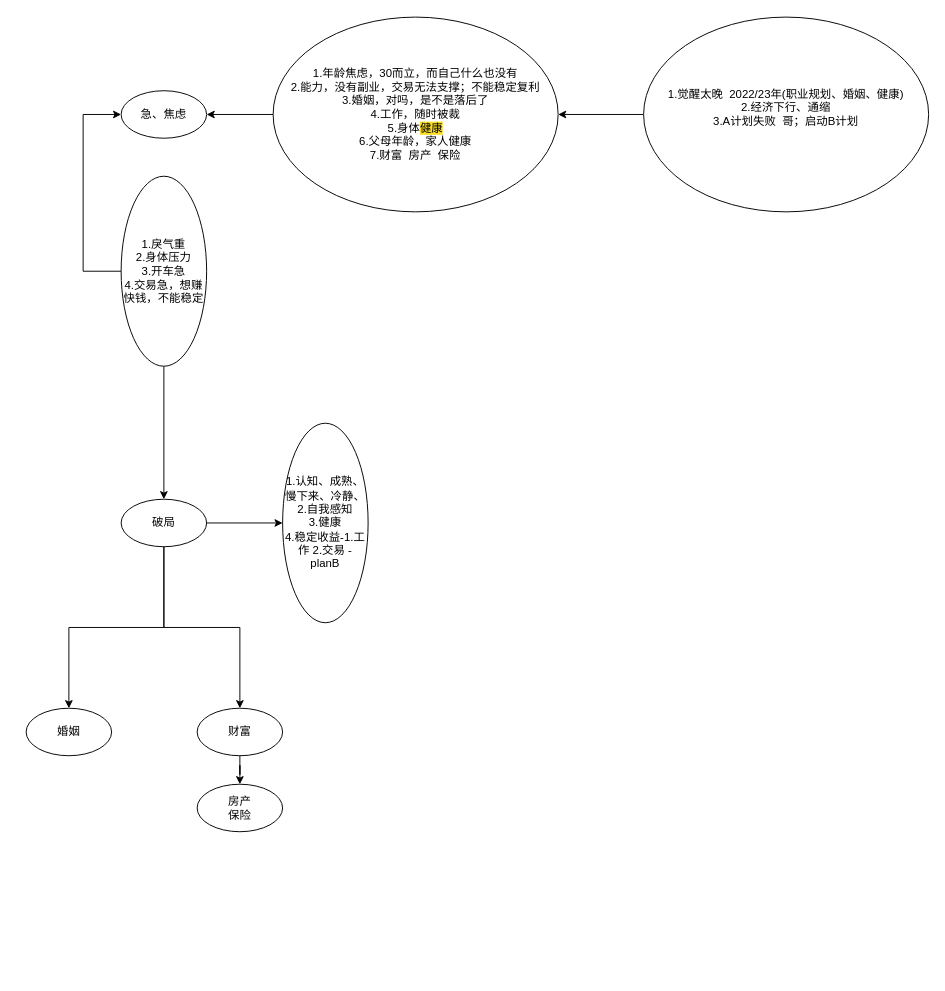
Asamiyaa/microservice-k8s-yun keeps this draw.io diagram as menus/急与焦虑.drawio. Above is the earlier version. Source tidied: cells renumbered, new cells numbered last; positions are measured from the earlier drawing's top-left corner, leaving out a move shared by most shapes. Both pictures are drawn from the tidied source at 95%, with x=0, y=0 at pixel (26, 16).
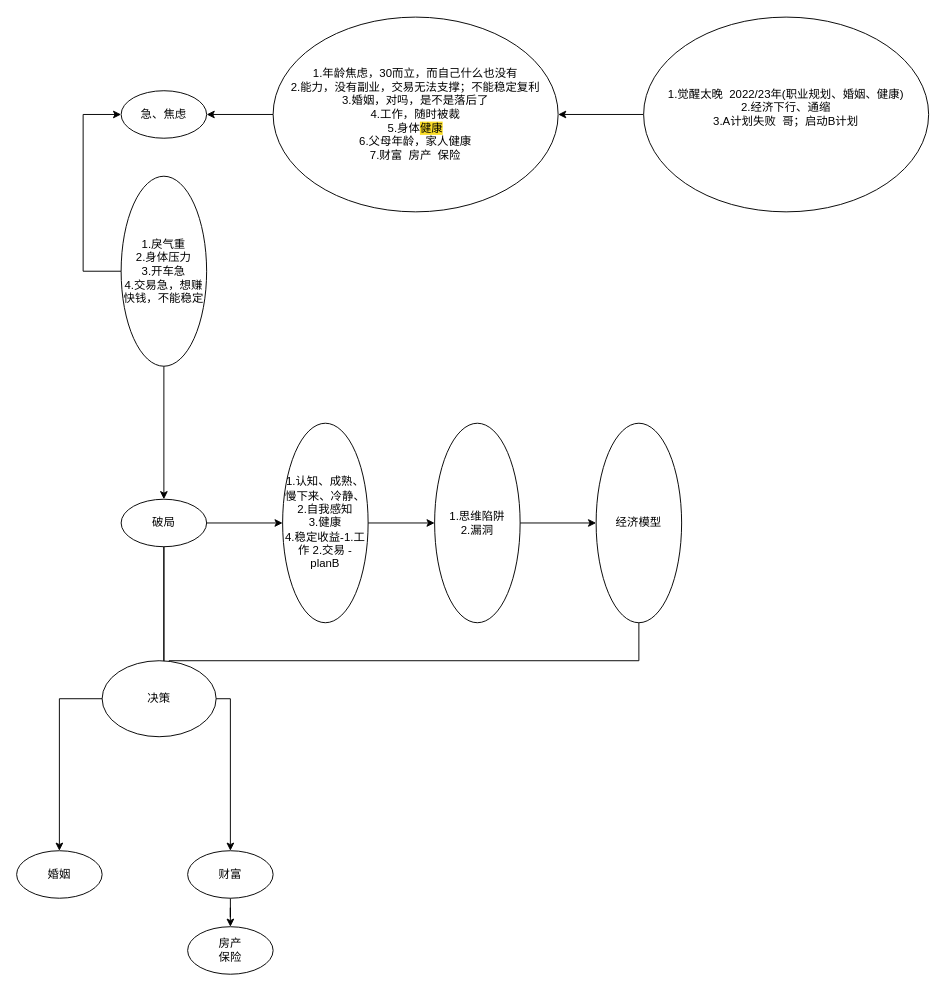
Above is the later version.

Commit message:
更新急与焦虑.drawio

The change refers to these unchanged cells:
```xml
<mxCell id="14" value="1.认知、成熟、慢下来、冷静、2.自我感知&lt;br&gt;3.健康&lt;br&gt;4.稳定收益-1.工作 2.交易 - planB" style="ellipse;whiteSpace=wrap;html=1;" parent="1" vertex="1">
  <mxGeometry x="270" y="428" width="90" height="210" as="geometry" />
</mxCell>
```

What changed in the source:
```diff
@@
+    <mxCell id="19" style="edgeStyle=orthogonalEdgeStyle;rounded=0;jettySize=auto;html=1;exitX=1;exitY=0.5;exitDx=0;exitDy=0;entryX=0;entryY=0.5;entryDx=0;entryDy=0;" parent="1" edge="1" source="14" target="21">
+      <mxGeometry relative="1" as="geometry" />
+    </mxCell>
@@
     <mxCell id="15" value="婚姻" style="ellipse;whiteSpace=wrap;html=1;" parent="1" vertex="1">
-      <mxGeometry y="728" width="90" height="50" as="geometry" />
+      <mxGeometry x="-10" y="878" width="90" height="50" as="geometry" />
     </mxCell>
@@
     <mxCell id="17" value="财富" style="ellipse;whiteSpace=wrap;html=1;" parent="1" vertex="1">
-      <mxGeometry x="180" y="728" width="90" height="50" as="geometry" />
+      <mxGeometry x="170" y="878" width="90" height="50" as="geometry" />
     </mxCell>
     <mxCell id="18" value="房产&lt;br&gt;保险" style="ellipse;whiteSpace=wrap;html=1;" parent="1" vertex="1">
-      <mxGeometry x="180" y="808" width="90" height="50" as="geometry" />
+      <mxGeometry x="170" y="958" width="90" height="50" as="geometry" />
     </mxCell>
+    <mxCell id="20" style="edgeStyle=orthogonalEdgeStyle;rounded=0;jettySize=auto;html=1;exitX=1;exitY=0.5;exitDx=0;exitDy=0;" parent="1" edge="1" source="21" target="23">
+      <mxGeometry relative="1" as="geometry" />
+    </mxCell>
+    <mxCell id="21" value="1.思维陷阱&lt;br&gt;2.漏洞" style="ellipse;whiteSpace=wrap;html=1;" parent="1" vertex="1">
+      <mxGeometry x="430" y="428" width="90" height="210" as="geometry" />
+    </mxCell>
+    <mxCell id="22" style="edgeStyle=orthogonalEdgeStyle;rounded=0;jettySize=auto;html=1;exitX=0.5;exitY=1;exitDx=0;exitDy=0;" parent="1" edge="1" source="23">
+      <mxGeometry relative="1" as="geometry">
+        <mxPoint x="150" y="718" as="targetPoint" />
+      </mxGeometry>
+    </mxCell>
+    <mxCell id="23" value="经济模型" style="ellipse;whiteSpace=wrap;html=1;" parent="1" vertex="1">
+      <mxGeometry x="600" y="428" width="90" height="210" as="geometry" />
+    </mxCell>
+    <mxCell id="24" value="决策" style="ellipse;whiteSpace=wrap;html=1;" parent="1" vertex="1">
+      <mxGeometry x="80" y="678" width="120" height="80" as="geometry" />
+    </mxCell>
```
